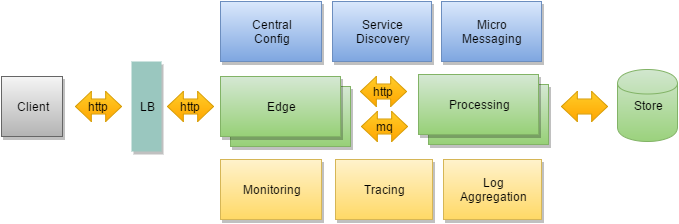
Earlier version of the draw.io export widgets-demo/widgets-demo.png (zuhlke/microservices). Source tidied: cells renumbered, new cells last; positions are measured from the earlier drawing's top-left corner, leaving out a move shared by most shapes.
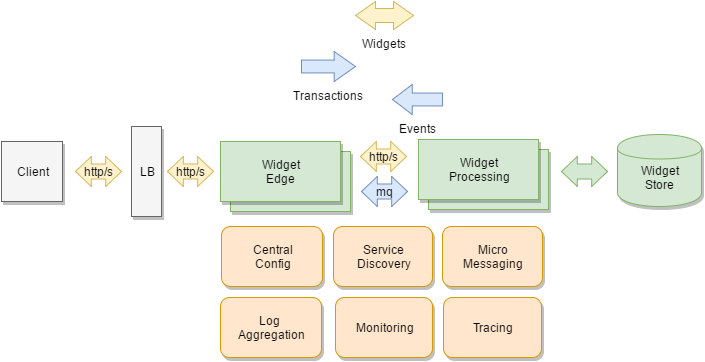
Above is the later version.

What changed in the source:
```diff
@@ -2,59 +2,71 @@
   <root>
     <mxCell id="0" />
     <mxCell id="1" parent="0" />
+    <mxCell id="11" style="whiteSpace=wrap;html=1;rounded=0;shadow=1;glass=0;strokeWidth=1;fontSize=12;align=center;fillColor=#d5e8d4;strokeColor=#82b366;" parent="1" vertex="1">
+      <mxGeometry x="229" y="85" width="120" height="60" as="geometry" />
+    </mxCell>
-    <mxCell id="2" style="whiteSpace=wrap;html=1;rounded=0;shadow=1;glass=0;strokeWidth=1;fontSize=12;align=center;plain-green;" parent="1" vertex="1">
-      <mxGeometry x="229" y="85" width="120" height="60" as="geometry" />
+    <mxCell id="2" value="Widget&lt;div&gt;Edge&lt;/div&gt;" style="whiteSpace=wrap;html=1;rounded=0;shadow=1;glass=0;strokeWidth=1;fontSize=12;align=center;fillColor=#d5e8d4;strokeColor=#82b366;" parent="1" vertex="1">
+      <mxGeometry x="219" y="75" width="120" height="60" as="geometry" />
     </mxCell>
-    <mxCell id="3" value="Edge" style="whiteSpace=wrap;html=1;rounded=0;shadow=1;glass=0;strokeWidth=1;fontSize=12;align=center;plain-green;" parent="1" vertex="1">
-      <mxGeometry x="219" y="75" width="120" height="60" as="geometry" />
-    </mxCell>
-    <mxCell id="4" value="Service&lt;div&gt;Discovery&lt;/div&gt;" style="whiteSpace=wrap;html=1;rounded=0;shadow=1;glass=0;strokeWidth=1;fontSize=12;align=center;plain-blue;" parent="1" vertex="1">
-      <mxGeometry x="331" width="99" height="60" as="geometry" />
+    <mxCell id="4" value="Service&lt;div&gt;Discovery&lt;/div&gt;" style="whiteSpace=wrap;html=1;rounded=1;shadow=1;glass=0;strokeWidth=1;fontSize=12;align=center;fillColor=#ffe6cc;strokeColor=#d79b00;" parent="1" vertex="1">
+      <mxGeometry x="332" y="160" width="99" height="60" as="geometry" />
     </mxCell>
-    <mxCell id="5" value="Central&lt;div&gt;Config&lt;/div&gt;" style="whiteSpace=wrap;html=1;rounded=0;shadow=1;glass=0;strokeWidth=1;fontSize=12;align=center;plain-blue;" parent="1" vertex="1">
-      <mxGeometry x="219" width="101" height="60" as="geometry" />
+    <mxCell id="5" value="Central&lt;div&gt;Config&lt;/div&gt;" style="whiteSpace=wrap;html=1;rounded=1;shadow=1;glass=0;strokeWidth=1;fontSize=12;align=center;fillColor=#ffe6cc;strokeColor=#d79b00;" parent="1" vertex="1">
+      <mxGeometry x="220" y="160" width="101" height="60" as="geometry" />
     </mxCell>
-    <mxCell id="6" style="whiteSpace=wrap;html=1;rounded=0;shadow=1;glass=0;strokeWidth=1;fontSize=12;align=center;plain-green;" parent="1" vertex="1">
-      <mxGeometry x="427" y="83" width="120" height="60" as="geometry" />
-    </mxCell>
-    <mxCell id="7" value="Processing" style="whiteSpace=wrap;html=1;rounded=0;shadow=1;glass=0;strokeWidth=1;fontSize=12;align=center;plain-green;" parent="1" vertex="1">
-      <mxGeometry x="417" y="73" width="120" height="60" as="geometry" />
-    </mxCell>
-    <mxCell id="8" value="Log&lt;div&gt;Aggregation&lt;/div&gt;" style="whiteSpace=wrap;html=1;rounded=0;shadow=1;glass=0;strokeWidth=1;fontSize=12;align=center;plain-yellow;" parent="1" vertex="1">
-      <mxGeometry x="442" y="158" width="98" height="60" as="geometry" />
+    <mxCell id="8" style="whiteSpace=wrap;html=1;rounded=0;shadow=1;glass=0;strokeWidth=1;fontSize=12;align=center;plain-green;gradientColor=none;fillColor=#D5E8D4;" parent="1" vertex="1">
+      <mxGeometry x="427" y="83" width="120" height="60" as="geometry" />
     </mxCell>
-    <mxCell id="9" value="Tracing" style="whiteSpace=wrap;html=1;rounded=0;shadow=1;glass=0;strokeWidth=1;fontSize=12;align=center;plain-yellow;" parent="1" vertex="1">
-      <mxGeometry x="334" y="158" width="97" height="60" as="geometry" />
-    </mxCell>
-    <mxCell id="10" value="&lt;span style=&quot;line-height: 1.2&quot;&gt;Micro&lt;/span&gt;&lt;div&gt;&lt;span style=&quot;line-height: 1.2&quot;&gt;Messaging&lt;/span&gt;&lt;/div&gt;" style="whiteSpace=wrap;html=1;rounded=0;shadow=1;glass=0;strokeWidth=1;fontSize=12;align=center;plain-blue;" parent="1" vertex="1">
-      <mxGeometry x="440" width="100" height="60" as="geometry" />
-    </mxCell>
-    <mxCell id="11" value="Monitoring" style="whiteSpace=wrap;html=1;rounded=0;shadow=1;glass=0;strokeWidth=1;fontSize=12;align=center;plain-yellow;" parent="1" vertex="1">
-      <mxGeometry x="219" y="158" width="101" height="60" as="geometry" />
-    </mxCell>
-    <mxCell id="12" value="LB" style="whiteSpace=wrap;html=1;rounded=0;shadow=1;glass=0;strokeColor=none;strokeWidth=1;fillColor=#9AC7BF;gradientColor=none;fontSize=12;align=center;" parent="1" vertex="1">
-      <mxGeometry x="130" y="60" width="30" height="90" as="geometry" />
-    </mxCell>
-    <mxCell id="13" value="http" style="shape=mxgraph.arrows.two_way_arrow_horizontal;html=1;verticalLabelPosition=middle;verticalAlign=middle;strokeWidth=1;rounded=0;shadow=0;glass=0;fontSize=12;align=center;plain-orange;labelPosition=center;" parent="1" vertex="1">
-      <mxGeometry x="166" y="90" width="46" height="30" as="geometry" />
-    </mxCell>
+    <mxCell id="3" value="Widget&lt;div&gt;Processing&lt;/div&gt;" style="whiteSpace=wrap;html=1;rounded=0;shadow=1;glass=0;strokeWidth=1;fontSize=12;align=center;plain-green;gradientColor=none;fillColor=#D5E8D4;" parent="1" vertex="1">
+      <mxGeometry x="417" y="73" width="120" height="60" as="geometry" />
+    </mxCell>
-    <mxCell id="14" value="http" style="shape=mxgraph.arrows.two_way_arrow_horizontal;html=1;verticalLabelPosition=middle;verticalAlign=middle;strokeWidth=1;rounded=0;shadow=0;glass=0;fontSize=12;align=center;plain-orange;labelPosition=center;" parent="1" vertex="1">
-      <mxGeometry x="74" y="90" width="46" height="30" as="geometry" />
+    <mxCell id="14" value="Tracing" style="whiteSpace=wrap;html=1;rounded=1;shadow=1;glass=0;strokeWidth=1;fontSize=12;align=center;fillColor=#ffe6cc;strokeColor=#d79b00;" parent="1" vertex="1">
+      <mxGeometry x="442" y="231" width="98" height="60" as="geometry" />
     </mxCell>
-    <mxCell id="15" value="http" style="shape=mxgraph.arrows.two_way_arrow_horizontal;html=1;verticalLabelPosition=middle;verticalAlign=middle;strokeWidth=1;rounded=0;shadow=0;glass=0;fontSize=12;align=center;plain-orange;labelPosition=center;" parent="1" vertex="1">
-      <mxGeometry x="359" y="75" width="46" height="30" as="geometry" />
+    <mxCell id="15" value="Monitoring" style="whiteSpace=wrap;html=1;rounded=1;shadow=1;glass=0;strokeWidth=1;fontSize=12;align=center;fillColor=#ffe6cc;strokeColor=#d79b00;" parent="1" vertex="1">
+      <mxGeometry x="334" y="231" width="97" height="60" as="geometry" />
     </mxCell>
-    <mxCell id="16" value="Store" style="shape=cylinder;whiteSpace=wrap;html=1;rounded=0;shadow=0;glass=0;strokeWidth=1;fontSize=12;align=center;plain-green;" parent="1" vertex="1">
-      <mxGeometry x="616" y="68" width="60" height="72" as="geometry" />
+    <mxCell id="16" value="&lt;span style=&quot;line-height: 1.2&quot;&gt;Micro&lt;/span&gt;&lt;div&gt;&lt;span style=&quot;line-height: 1.2&quot;&gt;Messaging&lt;/span&gt;&lt;/div&gt;" style="whiteSpace=wrap;html=1;rounded=1;shadow=1;glass=0;strokeWidth=1;fontSize=12;align=center;fillColor=#ffe6cc;strokeColor=#d79b00;" parent="1" vertex="1">
+      <mxGeometry x="441" y="160" width="100" height="60" as="geometry" />
     </mxCell>
-    <mxCell id="17" style="shape=mxgraph.arrows.two_way_arrow_horizontal;html=1;verticalLabelPosition=middle;verticalAlign=middle;strokeWidth=1;rounded=0;shadow=0;glass=0;fontSize=12;align=center;plain-orange;labelPosition=center;" parent="1" vertex="1">
-      <mxGeometry x="560" y="90" width="46" height="30" as="geometry" />
-    </mxCell>
+    <mxCell id="20" value="Log&amp;nbsp;&lt;div&gt;Aggregation&lt;/div&gt;" style="whiteSpace=wrap;html=1;rounded=1;shadow=1;glass=0;strokeWidth=1;fontSize=12;align=center;fillColor=#ffe6cc;strokeColor=#d79b00;" parent="1" vertex="1">
+      <mxGeometry x="219" y="231" width="101" height="60" as="geometry" />
+    </mxCell>
+    <mxCell id="12" value="LB" style="whiteSpace=wrap;html=1;rounded=0;shadow=1;glass=0;strokeColor=#666666;strokeWidth=1;fillColor=#f5f5f5;fontSize=12;align=center;" parent="1" vertex="1">
+      <mxGeometry x="130" y="60" width="30" height="90" as="geometry" />
+    </mxCell>
+    <mxCell id="21" value="http/s" style="shape=mxgraph.arrows.two_way_arrow_horizontal;html=1;verticalLabelPosition=middle;verticalAlign=middle;strokeWidth=1;rounded=0;shadow=0;glass=0;fontSize=12;align=center;labelPosition=center;fillColor=#fff2cc;strokeColor=#d6b656;" parent="1" vertex="1">
+      <mxGeometry x="166" y="90" width="46" height="30" as="geometry" />
+    </mxCell>
+    <mxCell id="22" value="http/s" style="shape=mxgraph.arrows.two_way_arrow_horizontal;html=1;verticalLabelPosition=middle;verticalAlign=middle;strokeWidth=1;rounded=0;shadow=0;glass=0;fontSize=12;align=center;labelPosition=center;fillColor=#fff2cc;strokeColor=#d6b656;" parent="1" vertex="1">
+      <mxGeometry x="74" y="90" width="46" height="30" as="geometry" />
+    </mxCell>
+    <mxCell id="23" value="http/s" style="shape=mxgraph.arrows.two_way_arrow_horizontal;html=1;verticalLabelPosition=middle;verticalAlign=middle;strokeWidth=1;rounded=0;shadow=0;glass=0;fontSize=12;align=center;labelPosition=center;fillColor=#fff2cc;strokeColor=#d6b656;" parent="1" vertex="1">
+      <mxGeometry x="359" y="75" width="46" height="30" as="geometry" />
+    </mxCell>
+    <mxCell id="24" value="&lt;div&gt;&lt;br&gt;&lt;/div&gt;&lt;div&gt;Widget&lt;/div&gt;&lt;div&gt;Store&lt;/div&gt;" style="shape=cylinder;whiteSpace=wrap;html=1;rounded=0;shadow=1;glass=0;strokeWidth=1;fontSize=12;align=center;plain-green;gradientColor=none;" parent="1" vertex="1">
+      <mxGeometry x="616" y="68" width="84" height="72" as="geometry" />
+    </mxCell>
+    <mxCell id="25" style="shape=mxgraph.arrows.two_way_arrow_horizontal;html=1;verticalLabelPosition=middle;verticalAlign=middle;strokeWidth=1;rounded=0;shadow=0;glass=0;fontSize=12;align=center;labelPosition=center;fillColor=#d5e8d4;strokeColor=#82b366;" parent="1" vertex="1">
+      <mxGeometry x="560" y="90" width="46" height="30" as="geometry" />
+    </mxCell>
-    <mxCell id="18" value="Client" style="whiteSpace=wrap;html=1;rounded=0;shadow=1;glass=0;strokeWidth=1;fontSize=12;align=center;plain-gray;" parent="1" vertex="1">
+    <mxCell id="18" value="Client" style="whiteSpace=wrap;html=1;rounded=0;shadow=1;glass=0;strokeWidth=1;fontSize=12;align=center;plain-gray;gradientColor=none;" parent="1" vertex="1">
       <mxGeometry y="75" width="61" height="60" as="geometry" />
     </mxCell>
-    <mxCell id="19" value="mq" style="shape=mxgraph.arrows.two_way_arrow_horizontal;html=1;verticalLabelPosition=middle;verticalAlign=middle;strokeWidth=1;rounded=0;shadow=0;glass=0;fontSize=12;align=center;plain-orange;labelPosition=center;" parent="1" vertex="1">
+    <mxCell id="19" value="mq" style="shape=mxgraph.arrows.two_way_arrow_horizontal;html=1;verticalLabelPosition=middle;verticalAlign=middle;strokeWidth=1;rounded=0;shadow=0;glass=0;fontSize=12;align=center;labelPosition=center;fillColor=#dae8fc;strokeColor=#6c8ebf;" parent="1" vertex="1">
       <mxGeometry x="360" y="110" width="46" height="30" as="geometry" />
     </mxCell>
+    <mxCell id="26" style="edgeStyle=none;rounded=0;html=1;exitX=0.75;exitY=1;dashed=1;dashPattern=1 4;endArrow=none;endFill=0;jettySize=auto;orthogonalLoop=1;fontSize=12;fillColor=#ffe6cc;strokeColor=#d79b00;" parent="1" edge="1" source="15" target="15">
+      <mxGeometry relative="1" as="geometry" />
+    </mxCell>
+    <mxCell id="27" value="&lt;div style=&quot;text-align: left&quot;&gt;&lt;span style=&quot;line-height: 1.2&quot;&gt;Widgets&lt;/span&gt;&lt;/div&gt;" style="shape=mxgraph.arrows.two_way_arrow_horizontal;html=1;verticalLabelPosition=bottom;verticalAlign=top;strokeWidth=1;strokeColor=#d6b656;rounded=1;shadow=0;glass=1;fillColor=#fff2cc;fontSize=12;align=center;" parent="1" vertex="1">
+      <mxGeometry x="354" y="-65" width="58" height="28" as="geometry" />
+    </mxCell>
+    <mxCell id="28" value="Transactions" style="shape=mxgraph.arrows.arrow_right;html=1;verticalLabelPosition=bottom;verticalAlign=top;strokeWidth=1;strokeColor=#6c8ebf;rounded=1;shadow=0;glass=1;fillColor=#dae8fc;fontSize=12;align=center;" parent="1" vertex="1">
+      <mxGeometry x="300" y="-15" width="54" height="30" as="geometry" />
+    </mxCell>
+    <mxCell id="29" value="Events" style="shape=mxgraph.arrows.arrow_left;html=1;verticalLabelPosition=bottom;verticalAlign=top;strokeWidth=1;strokeColor=#6c8ebf;rounded=1;shadow=0;glass=1;fillColor=#dae8fc;fontSize=12;align=center;" parent="1" vertex="1">
+      <mxGeometry x="391" y="18" width="50" height="30" as="geometry" />
+    </mxCell>
   </root>
 </mxGraphModel>
```
